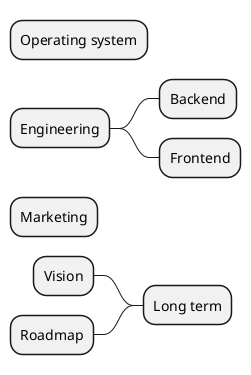
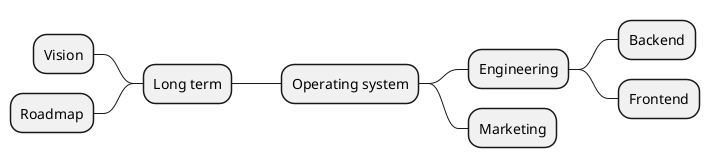
@startmindmap
* Operating system
- + Engineering
- ++ Backend
- ++ Frontend
- + Marketing
- - Long term
- -- Vision
- -- Roadmap
+ ** Engineering
+ *** Backend
+ *** Frontend
+ ** Marketing
+ -- Long term
+ --- Vision
+ --- Roadmap
@endmindmap
